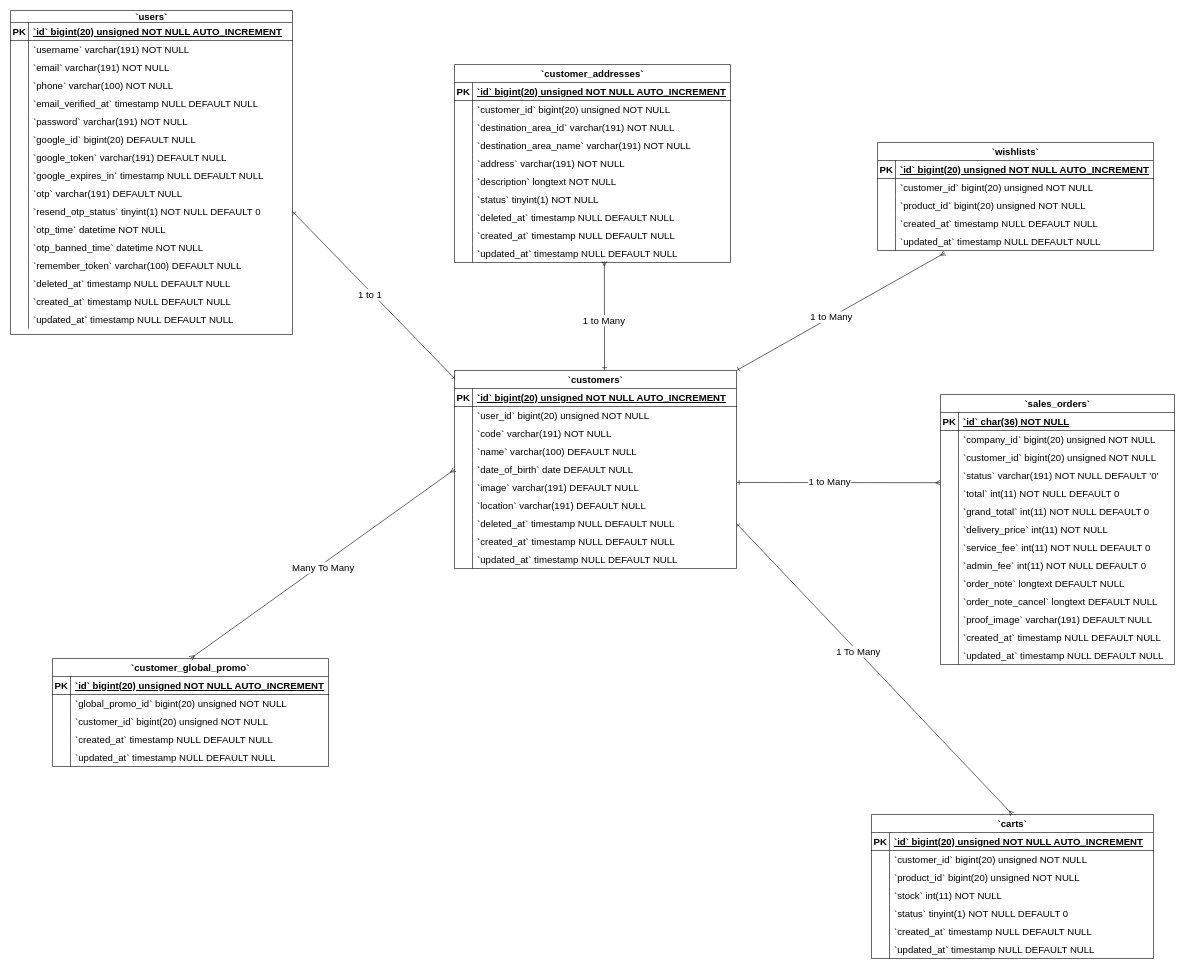
The draw.io diagram Customers ERD Diagram.drawio in Simasco/diagram, before the edit. Source tidied: cells renumbered, new cells numbered last; positions are measured from the earlier drawing's top-left corner, leaving out a move shared by most shapes. Both pictures are drawn from the tidied source at 60%, with x=0, y=0 at pixel (10, 10).
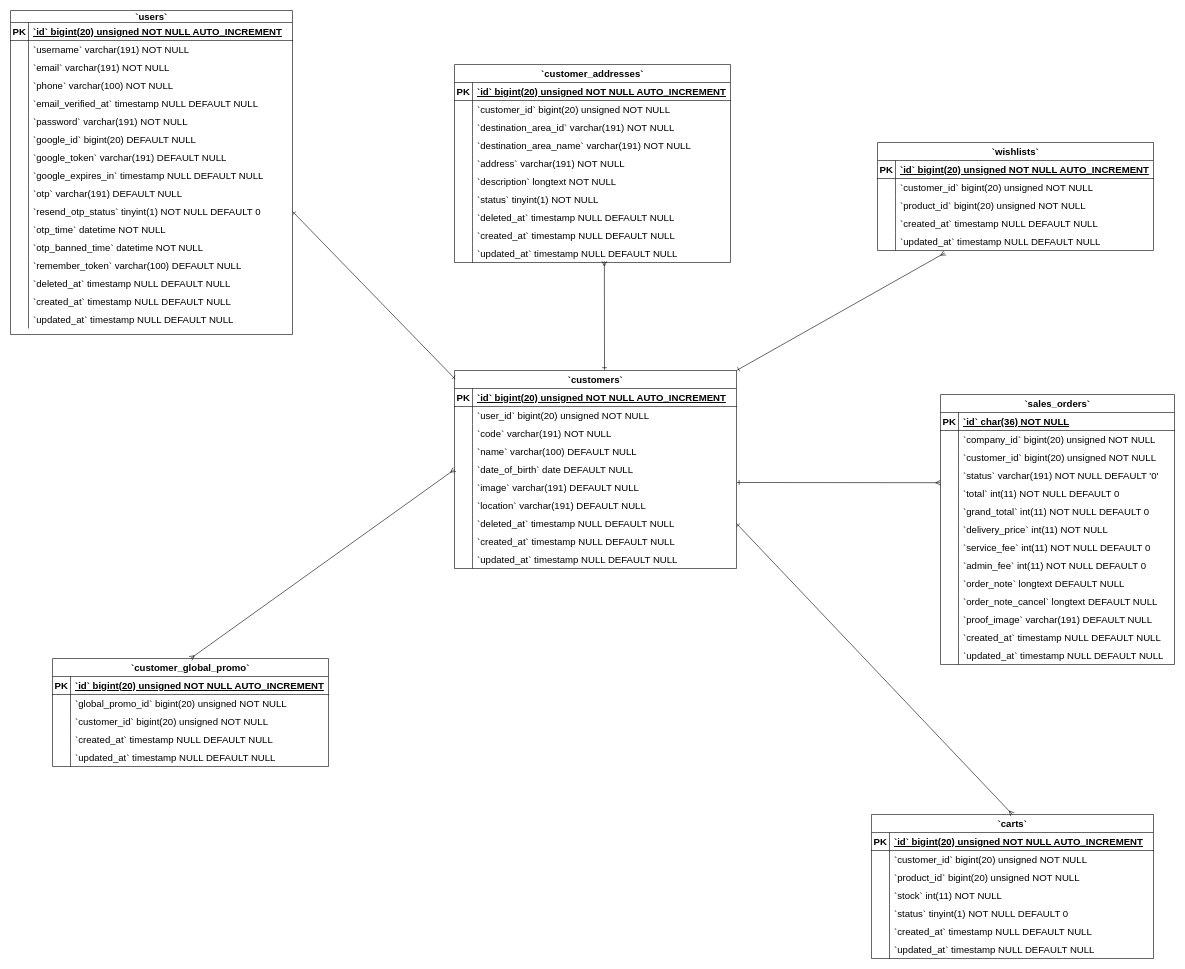
Above is the later version.

The change refers to these unchanged cells:
```xml
<mxCell id="213" style="fontSize=16;html=1;endArrow=ERmany;rounded=0;exitX=0.532;exitY=-0.002;exitDx=0;exitDy=0;entryX=0.543;entryY=0.93;entryDx=0;entryDy=0;entryPerimeter=0;exitPerimeter=0;endFill=0;startArrow=ERone;startFill=0;" parent="1" edge="1" source="54" target="113">
  <mxGeometry relative="1" as="geometry" />
</mxCell>
<mxCell id="215" style="fontSize=16;html=1;endArrow=ERmany;rounded=0;exitX=1;exitY=0;exitDx=0;exitDy=0;entryX=0.244;entryY=1.133;entryDx=0;entryDy=0;entryPerimeter=0;endFill=0;startArrow=ERone;startFill=0;" parent="1" edge="1" source="54" target="210">
  <mxGeometry relative="1" as="geometry" />
</mxCell>
<mxCell id="217" style="fontSize=16;html=1;endArrow=ERmany;rounded=0;exitX=1.001;exitY=1.222;exitDx=0;exitDy=0;exitPerimeter=0;startArrow=ERone;startFill=0;endFill=0;" parent="1" edge="1" source="67">
  <mxGeometry relative="1" as="geometry">
    <mxPoint x="1550" y="787" as="targetPoint" />
  </mxGeometry>
</mxCell>
<mxCell id="219" style="rounded=0;jettySize=auto;html=1;exitX=1;exitY=0.5;exitDx=0;exitDy=0;entryX=0.5;entryY=0;entryDx=0;entryDy=0;endArrow=ERmany;endFill=0;fontSize=16;startArrow=ERone;startFill=0;" parent="1" edge="1" source="76" target="116">
  <mxGeometry relative="1" as="geometry" />
</mxCell>
<mxCell id="221" style="fontSize=16;html=1;endArrow=ERmany;startArrow=ERmany;rounded=0;exitX=0.5;exitY=0;exitDx=0;exitDy=0;entryX=0;entryY=0.5;entryDx=0;entryDy=0;" parent="1" edge="1" source="138" target="67">
  <mxGeometry relative="1" as="geometry" />
</mxCell>
<mxCell id="223" style="fontSize=16;html=1;endArrow=ERone;startArrow=ERone;rounded=0;exitX=0.003;exitY=0.044;exitDx=0;exitDy=0;exitPerimeter=0;entryX=1;entryY=0.5;entryDx=0;entryDy=0;startFill=0;endFill=0;" parent="1" edge="1" source="54" target="33">
  <mxGeometry relative="1" as="geometry" />
</mxCell>
```

What changed in the source:
```diff
@@
-    <mxCell id="214" value="&lt;font style=&quot;font-size: 16px;&quot;&gt;1 to Many&lt;/font&gt;" style="edgeLabel;html=1;align=center;verticalAlign=middle;fontSize=16;" parent="213" vertex="1">
-      <mxGeometry x="-0.09" y="1" relative="1" as="geometry" />
-    </mxCell>
@@
-    <mxCell id="216" value="&lt;font style=&quot;font-size: 16px;&quot;&gt;1 to Many&lt;/font&gt;" style="edgeLabel;html=1;align=center;verticalAlign=middle;fontSize=16;" parent="215" vertex="1">
-      <mxGeometry x="-0.09" y="1" relative="1" as="geometry" />
-    </mxCell>
@@
-    <mxCell id="218" value="&lt;font style=&quot;font-size: 16px;&quot;&gt;1 to Many&lt;/font&gt;" style="edgeLabel;html=1;align=center;verticalAlign=middle;fontSize=16;" parent="217" vertex="1">
-      <mxGeometry x="-0.09" y="1" relative="1" as="geometry" />
-    </mxCell>
@@
-    <mxCell id="220" value="&lt;font style=&quot;font-size: 16px;&quot;&gt;1 To Many&lt;/font&gt;" style="edgeLabel;html=1;align=center;verticalAlign=middle;fontSize=16;" parent="219" vertex="1">
-      <mxGeometry x="-0.12" relative="1" as="geometry" />
-    </mxCell>
@@
-    <mxCell id="222" value="&lt;font style=&quot;font-size: 16px;&quot;&gt;Many To Many&lt;/font&gt;" style="edgeLabel;html=1;align=center;verticalAlign=middle;fontSize=16;" parent="221" vertex="1">
-      <mxGeometry x="-0.01" y="-4" relative="1" as="geometry">
-        <mxPoint y="1" as="offset" />
-      </mxGeometry>
-    </mxCell>
@@
-    <mxCell id="224" value="1 to 1" style="edgeLabel;html=1;align=center;verticalAlign=middle;fontSize=16;" parent="223" vertex="1">
-      <mxGeometry x="0.02" y="4" relative="1" as="geometry">
-        <mxPoint x="-1" y="-1" as="offset" />
-      </mxGeometry>
-    </mxCell>
```
